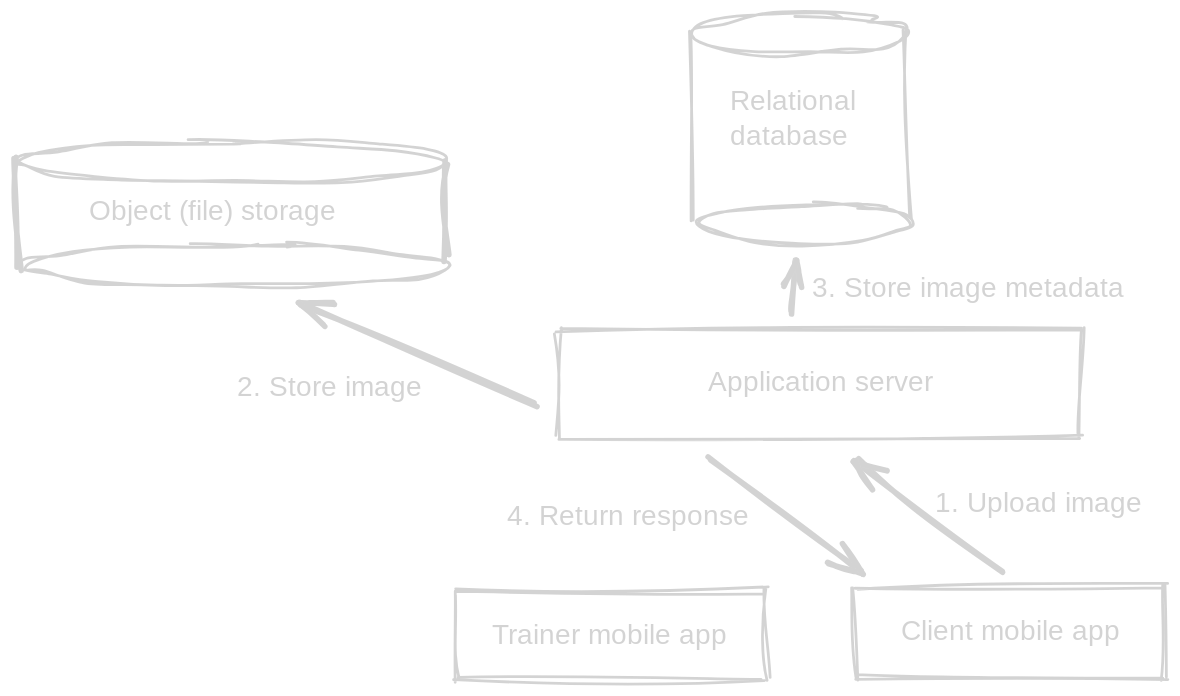
Before: images/gym-app-upload-4.svg, a diagram exported from Excalidraw (filipegeric/scaling-the-client). Source tidied: one line per element, renumbered; positions are measured from the earlier drawing's top-left corner, leaving out a move shared by most shapes.
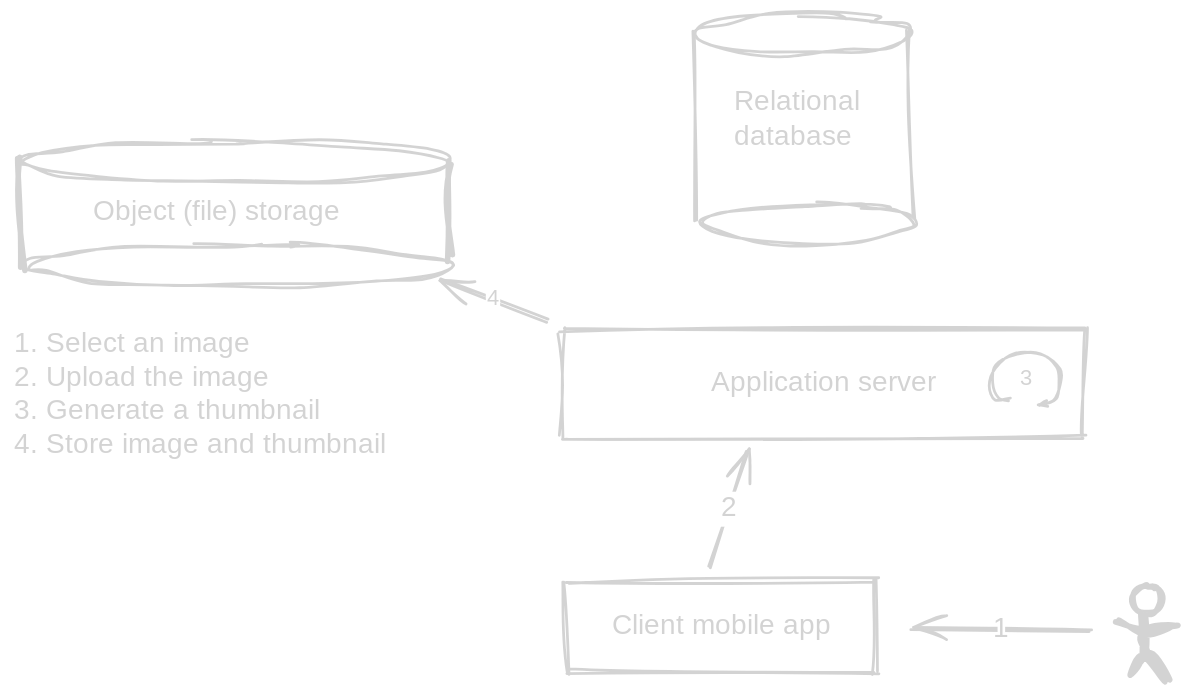
After the commit.

The edit, as a diff of the source:
```diff
@@ -1,7 +1,5 @@
-{"id": 0, "type": "rectangle", "strokeColor": "#1e1e1e", "strokeWidth": 2, "roughness": 2, "x": 313, "y": 412, "width": 222, "height": 65}
-{"id": 1, "type": "text", "text": "Trainer mobile app", "strokeColor": "#1e1e1e", "backgroundColor": "#ffffff", "fillStyle": "solid", "strokeWidth": 2, "roughness": 2, "fontSize": 20, "fontFamily": 1, "textAlign": "center", "verticalAlign": "middle", "inside": 0, "x": 335, "y": 432, "width": 179, "height": 25}
-{"id": 2, "type": "rectangle", "strokeColor": "#1e1e1e", "strokeWidth": 2, "roughness": 2, "x": 600, "y": 409, "width": 222, "height": 65}
+{"id": 2, "type": "rectangle", "strokeColor": "#1e1e1e", "strokeWidth": 2, "roughness": 2, "x": 391, "y": 405, "width": 222, "height": 65}
-{"id": 3, "type": "text", "text": "Client mobile app", "strokeColor": "#1e1e1e", "backgroundColor": "#ffffff", "fillStyle": "solid", "strokeWidth": 2, "roughness": 2, "fontSize": 20, "fontFamily": 1, "textAlign": "center", "verticalAlign": "middle", "inside": 2, "x": 630, "y": 429, "width": 162, "height": 25}
+{"id": 3, "type": "text", "text": "Client mobile app", "strokeColor": "#1e1e1e", "backgroundColor": "#ffffff", "fillStyle": "solid", "strokeWidth": 2, "roughness": 2, "fontSize": 20, "fontFamily": 1, "textAlign": "center", "verticalAlign": "middle", "inside": 2, "x": 421, "y": 425, "width": 162, "height": 25}
 {"id": 4, "type": "rectangle", "strokeColor": "#1e1e1e", "strokeWidth": 2, "roughness": 2, "x": 389, "y": 225, "width": 372, "height": 78}
 {"id": 5, "type": "text", "text": "Application server", "strokeColor": "#1e1e1e", "backgroundColor": "#ffffff", "fillStyle": "solid", "strokeWidth": 2, "roughness": 2, "fontSize": 20, "fontFamily": 1, "textAlign": "center", "verticalAlign": "middle", "inside": 4, "x": 489, "y": 251, "width": 172, "height": 25}
 {"id": 6, "type": "ellipse", "strokeColor": "#1e1e1e", "strokeWidth": 2, "roughness": 2, "x": 487, "y": 135, "width": 153, "height": 28}
@@ -14,11 +12,17 @@
 {"id": 13, "type": "text", "text": "Object (file) storage", "strokeColor": "#1e1e1e", "strokeWidth": 4, "roughness": 2, "fontSize": 20, "fontFamily": 1, "x": 53, "y": 129, "width": 205, "height": 25}
 {"id": 14, "type": "line", "strokeColor": "#1e1e1e", "strokeWidth": 4, "roughness": 2, "x": 0, "y": 103, "width": 2, "height": 77, "points": [[0, 0], [2, 77]]}
 {"id": 15, "type": "line", "strokeColor": "#1e1e1e", "strokeWidth": 4, "roughness": 2, "x": 306, "y": 105, "width": 3, "height": 69, "points": [[0, 0], [3, 69]]}
-{"id": 16, "type": "arrow", "strokeColor": "#1e1e1e", "strokeWidth": 4, "roughness": 2, "endArrowhead": "arrow", "from": 2, "to": 4, "x": 706, "y": 399, "width": 106, "height": 82, "points": [[0, 0], [-106, -82]]}
-{"id": 17, "type": "text", "text": "1. Upload image", "strokeColor": "#1e1e1e", "strokeWidth": 4, "roughness": 2, "fontSize": 20, "fontFamily": 1, "x": 657, "y": 338, "width": 147, "height": 25}
-{"id": 18, "type": "arrow", "strokeColor": "#1e1e1e", "strokeWidth": 4, "roughness": 2, "endArrowhead": "arrow", "from": 4, "to": 11, "x": 373, "y": 281, "width": 168, "height": 75, "points": [[0, 0], [-168, -75]]}
-{"id": 19, "type": "text", "text": "2. Store image", "strokeColor": "#1e1e1e", "strokeWidth": 4, "roughness": 2, "fontSize": 20, "fontFamily": 1, "x": 158, "y": 255, "width": 145, "height": 25}
-{"id": 20, "type": "arrow", "strokeColor": "#1e1e1e", "strokeWidth": 4, "roughness": 2, "endArrowhead": "arrow", "from": 4, "to": 6, "x": 555, "y": 214, "width": 1, "height": 37, "points": [[0, 0], [1, -37]]}
-{"id": 21, "type": "text", "text": "3. Store image metadata", "strokeColor": "#1e1e1e", "strokeWidth": 4, "roughness": 2, "fontSize": 20, "fontFamily": 1, "x": 569, "y": 185, "width": 252, "height": 25}
-{"id": 22, "type": "arrow", "strokeColor": "#1e1e1e", "strokeWidth": 4, "roughness": 2, "endArrowhead": "arrow", "from": 4, "to": 2, "x": 498, "y": 318, "width": 108, "height": 83, "points": [[0, 0], [108, 83]]}
-{"id": 23, "type": "text", "text": "4. Return response", "strokeColor": "#1e1e1e", "strokeWidth": 4, "roughness": 2, "fontSize": 20, "fontFamily": 1, "x": 351, "y": 347, "width": 186, "height": 25}
+{"id": 24, "type": "ellipse", "strokeColor": "#1e1e1e", "strokeWidth": 4, "roughness": 2, "round": true, "x": 796, "y": 408, "width": 20, "height": 20}
+{"id": 25, "type": "line", "strokeColor": "#1e1e1e", "strokeWidth": 4, "roughness": 2, "round": true, "x": 805, "y": 428, "width": 46, "height": 47, "points": [[0, 0], [1, 29], [-13, 45], [1, 30], [17, 47], [-1, 28], [-1, 12], [23, 7], [-1, 12], [-22, 6]]}
+{"id": 26, "type": "arrow", "strokeColor": "#1e1e1e", "strokeWidth": 2, "roughness": 1, "endArrowhead": "arrow", "round": true, "x": 766, "y": 441, "width": 127, "height": 2, "points": [[0, 0], [-127, -2]]}
+{"id": 27, "type": "text", "text": "1", "strokeColor": "#1e1e1e", "strokeWidth": 2, "roughness": 1, "fontSize": 20, "fontFamily": 1, "textAlign": "center", "verticalAlign": "middle", "inside": 26, "x": 699, "y": 428, "width": 5, "height": 25}
+{"id": 28, "type": "arrow", "strokeColor": "#1e1e1e", "strokeWidth": 2, "roughness": 1, "endArrowhead": "arrow", "round": true, "from": 2, "to": 4, "x": 494, "y": 396, "width": 27, "height": 84, "points": [[0, 0], [27, -84]]}
+{"id": 29, "type": "text", "text": "2", "strokeColor": "#1e1e1e", "strokeWidth": 2, "roughness": 1, "fontSize": 20, "fontFamily": 1, "textAlign": "center", "verticalAlign": "middle", "inside": 28, "x": 500, "y": 341, "width": 14, "height": 25}
+{"id": 30, "type": "arrow", "strokeColor": "#1e1e1e", "strokeWidth": 2, "roughness": 1, "endArrowhead": "arrow", "round": true, "x": 708, "y": 275, "width": 50, "height": 36, "points": [[0, 0], [-10, -1], [-14, -11], [-10, -24], [4, -33], [23, -32], [35, -22], [36, -11], [31, 0], [20, 3]]}
+{"id": 31, "type": "text", "text": "3", "strokeColor": "#1e1e1e", "strokeWidth": 2, "roughness": 1, "fontSize": 16, "fontFamily": 1, "x": 716, "y": 251, "width": 11, "height": 20}
+{"id": 32, "type": "arrow", "strokeColor": "#1e1e1e", "strokeWidth": 2, "roughness": 1, "endArrowhead": "arrow", "round": true, "from": 4, "to": 11, "x": 377, "y": 218, "width": 77, "height": 29, "points": [[0, 0], [-77, -29]]}
+{"id": 33, "type": "text", "text": "4", "strokeColor": "#1e1e1e", "strokeWidth": 2, "roughness": 1, "fontSize": 16, "fontFamily": 1, "textAlign": "center", "verticalAlign": "middle", "inside": 32, "x": 335, "y": 195, "width": 10, "height": 20}
+{"id": 34, "type": "text", "text": "1. Select an image", "strokeColor": "#1e1e1e", "strokeWidth": 2, "roughness": 1, "fontSize": 20, "fontFamily": 1, "x": -3, "y": 224, "width": 176, "height": 25}
+{"id": 35, "type": "text", "text": "2. Upload the image", "strokeColor": "#1e1e1e", "strokeWidth": 2, "roughness": 1, "fontSize": 20, "fontFamily": 1, "x": -3, "y": 248, "width": 198, "height": 25}
+{"id": 36, "type": "text", "text": "3. Generate a thumbnail", "strokeColor": "#1e1e1e", "strokeWidth": 2, "roughness": 1, "fontSize": 20, "fontFamily": 1, "x": -3, "y": 272, "width": 241, "height": 25}
+{"id": 37, "type": "text", "text": "4. Store image and thumbnail", "strokeColor": "#1e1e1e", "strokeWidth": 2, "roughness": 1, "fontSize": 20, "fontFamily": 1, "x": -3, "y": 296, "width": 285, "height": 25}
```
